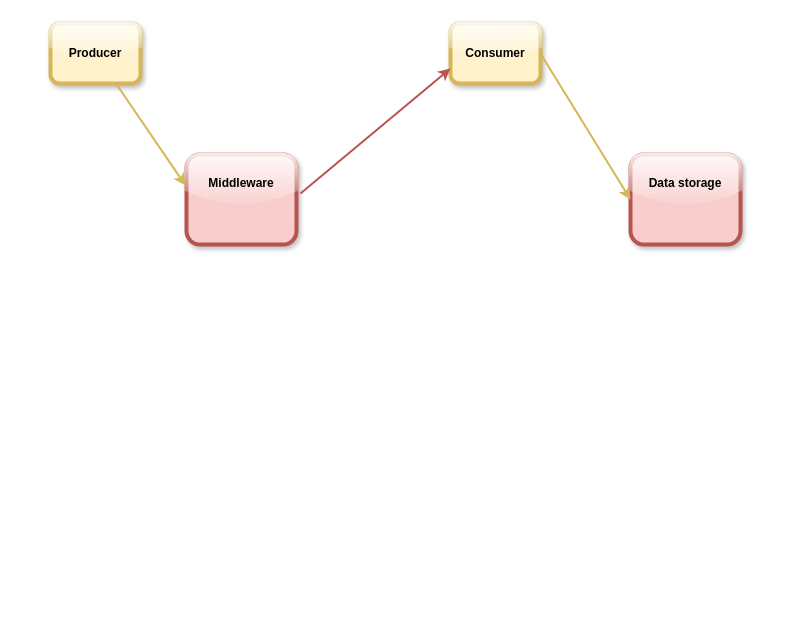
matteocesaro/Data-management-project keeps this draw.io diagram as Untitled Diagram.drawio. Above is the earlier version. Source tidied: cells renumbered, new cells numbered last; positions are measured from the earlier drawing's top-left corner, leaving out a move shared by most shapes. Both pictures are drawn from the tidied source at 100%, with x=0, y=0 at pixel (50, 23).
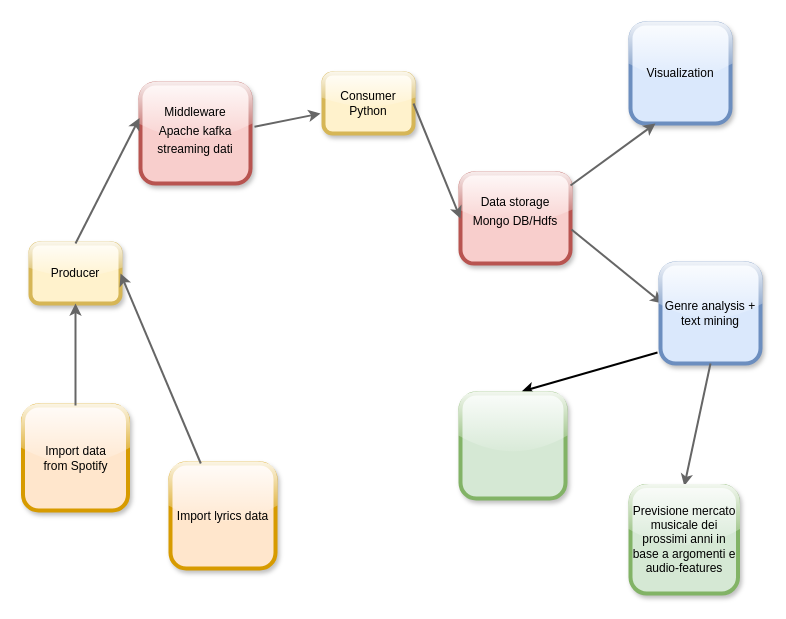
After the change.

Commit message:
Data-management Diagram.drawio

What changed in the source:
```diff
@@
-    <mxCell id="2" value="&lt;p style=&quot;margin: 4px 0px 0px; text-align: center;&quot;&gt;&lt;br&gt;&lt;/p&gt;&lt;p style=&quot;margin: 4px 0px 0px; text-align: center;&quot;&gt;Middleware&lt;/p&gt;" style="verticalAlign=middle;align=center;overflow=fill;fontSize=12;fontFamily=Helvetica;html=1;rounded=1;fontStyle=1;strokeWidth=4;fillColor=#f8cecc;strokeColor=#b85450;shadow=1;glass=1;" parent="1" vertex="1">
-      <mxGeometry x="136" y="131" width="110" height="90" as="geometry" />
+    <mxCell id="2" value="&lt;p style=&quot;margin: 4px 0px 0px&quot;&gt;&lt;br&gt;&lt;/p&gt;&lt;p style=&quot;margin: 4px 0px 0px&quot;&gt;Middleware&lt;br&gt;&lt;/p&gt;&lt;p style=&quot;margin: 4px 0px 0px&quot;&gt;Apache kafka&lt;/p&gt;&lt;p style=&quot;margin: 4px 0px 0px&quot;&gt;streaming dati&lt;/p&gt;" style="verticalAlign=middle;align=center;overflow=fill;fontSize=12;fontFamily=Helvetica;html=1;rounded=1;fontStyle=0;strokeWidth=4;fillColor=#f8cecc;strokeColor=#b85450;shadow=1;glass=1;" parent="1" vertex="1">
+      <mxGeometry x="90" y="60" width="110" height="100" as="geometry" />
     </mxCell>
-    <mxCell id="3" value="Consumer" style="whiteSpace=wrap;align=center;verticalAlign=middle;fontStyle=1;strokeWidth=4;fillColor=#fff2cc;rounded=1;strokeColor=#d6b656;glass=1;shadow=1;" parent="1" vertex="1">
-      <mxGeometry x="400" width="90" height="60" as="geometry" />
+    <mxCell id="3" value="Consumer&#10;Python" style="whiteSpace=wrap;align=center;verticalAlign=middle;fontStyle=0;strokeWidth=4;fillColor=#fff2cc;rounded=1;strokeColor=#d6b656;glass=1;shadow=1;" parent="1" vertex="1">
+      <mxGeometry x="273" y="50" width="90" height="60" as="geometry" />
     </mxCell>
-    <mxCell id="4" value="Producer" style="whiteSpace=wrap;align=center;verticalAlign=middle;fontStyle=1;strokeWidth=4;fillColor=#fff2cc;rounded=1;strokeColor=#d6b656;glass=1;shadow=1;" parent="1" vertex="1">
-      <mxGeometry width="90" height="60" as="geometry" />
+    <mxCell id="4" value="Producer" style="whiteSpace=wrap;align=center;verticalAlign=middle;fontStyle=0;strokeWidth=4;fillColor=#fff2cc;rounded=1;strokeColor=#d6b656;glass=1;shadow=1;" parent="1" vertex="1">
+      <mxGeometry x="-20" y="220" width="90" height="60" as="geometry" />
     </mxCell>
-    <mxCell id="5" value="&lt;p style=&quot;margin: 4px 0px 0px; text-align: center;&quot;&gt;&lt;br&gt;&lt;/p&gt;&lt;p style=&quot;margin: 4px 0px 0px; text-align: center;&quot;&gt;Data storage&lt;/p&gt;" style="verticalAlign=middle;align=center;overflow=fill;fontSize=12;fontFamily=Helvetica;html=1;rounded=1;fontStyle=1;strokeWidth=4;fillColor=#f8cecc;strokeColor=#b85450;perimeterSpacing=0;shadow=1;glass=1;sketch=0;" parent="1" vertex="1">
-      <mxGeometry x="580" y="131" width="110" height="90" as="geometry" />
+    <mxCell id="5" value="&lt;p style=&quot;margin: 4px 0px 0px ; text-align: center&quot;&gt;&lt;br&gt;&lt;/p&gt;&lt;p style=&quot;margin: 4px 0px 0px ; text-align: center&quot;&gt;Data storage&lt;/p&gt;&lt;p style=&quot;margin: 4px 0px 0px ; text-align: center&quot;&gt;Mongo DB/Hdfs&lt;/p&gt;" style="verticalAlign=middle;align=center;overflow=fill;fontSize=12;fontFamily=Helvetica;html=1;rounded=1;fontStyle=0;strokeWidth=4;fillColor=#f8cecc;strokeColor=#b85450;perimeterSpacing=0;shadow=1;glass=1;sketch=0;" parent="1" vertex="1">
+      <mxGeometry x="410" y="150" width="110" height="90" as="geometry" />
     </mxCell>
-    <mxCell id="6" style="edgeStyle=none;noEdgeStyle=1;strokeColor=#b85450;strokeWidth=2;exitX=1.036;exitY=0.433;exitDx=0;exitDy=0;exitPerimeter=0;entryX=0;entryY=0.75;entryDx=0;entryDy=0;fillColor=#f8cecc;" parent="1" edge="1" source="2" target="3">
-      <mxGeometry relative="1" as="geometry" />
+    <mxCell id="6" style="edgeStyle=none;noEdgeStyle=1;strokeColor=#666666;strokeWidth=2;exitX=1.036;exitY=0.433;exitDx=0;exitDy=0;exitPerimeter=0;fillColor=#f5f5f5;" parent="1" edge="1" source="2">
+      <mxGeometry relative="1" as="geometry">
+        <mxPoint x="270" y="90" as="targetPoint" />
+      </mxGeometry>
     </mxCell>
-    <mxCell id="7" style="edgeStyle=none;noEdgeStyle=1;strokeColor=#d6b656;strokeWidth=2;fillColor=#fff2cc;entryX=-0.009;entryY=0.344;entryDx=0;entryDy=0;entryPerimeter=0;" parent="1" edge="1" source="4" target="2">
+    <mxCell id="7" style="edgeStyle=none;noEdgeStyle=1;strokeColor=#666666;strokeWidth=2;fillColor=#f5f5f5;entryX=-0.009;entryY=0.344;entryDx=0;entryDy=0;entryPerimeter=0;exitX=0.5;exitY=0;exitDx=0;exitDy=0;" parent="1" edge="1" source="4" target="2">
       <mxGeometry relative="1" as="geometry" />
     </mxCell>
-    <mxCell id="8" style="endArrow=classic;html=1;fillColor=#fff2cc;strokeColor=#d6b656;strokeWidth=2;entryX=0;entryY=0.5;entryDx=0;entryDy=0;exitX=1;exitY=0.5;exitDx=0;exitDy=0;" parent="1" edge="1" source="3" target="5">
+    <mxCell id="8" style="endArrow=classic;html=1;fillColor=#f5f5f5;strokeColor=#666666;strokeWidth=2;entryX=0;entryY=0.5;entryDx=0;entryDy=0;exitX=1;exitY=0.5;exitDx=0;exitDy=0;" parent="1" edge="1" source="3" target="5">
       <mxGeometry relative="1" as="geometry" />
     </mxCell>
+    <mxCell id="9" style="endArrow=classic;html=1;strokeWidth=2;exitX=1.009;exitY=0.622;exitDx=0;exitDy=0;exitPerimeter=0;fillColor=#f5f5f5;strokeColor=#666666;entryX=0.02;entryY=0.4;entryDx=0;entryDy=0;entryPerimeter=0;" parent="1" edge="1" source="5" target="10">
+      <mxGeometry relative="1" as="geometry" />
+    </mxCell>
+    <mxCell id="10" value="Genre analysis + text mining" style="whiteSpace=wrap;html=1;rounded=1;shadow=1;glass=1;sketch=0;strokeWidth=4;fillColor=#dae8fc;strokeColor=#6c8ebf;" parent="1" vertex="1">
+      <mxGeometry x="610" y="240" width="100" height="100" as="geometry" />
+    </mxCell>
+    <mxCell id="11" value="Visualization&lt;br&gt;" style="whiteSpace=wrap;html=1;rounded=1;shadow=1;glass=1;sketch=0;strokeWidth=4;fillColor=#dae8fc;strokeColor=#6c8ebf;" parent="1" vertex="1">
+      <mxGeometry x="580" width="100" height="100" as="geometry" />
+    </mxCell>
+    <mxCell id="12" style="endArrow=classic;html=1;strokeWidth=2;fillColor=#f5f5f5;strokeColor=#666666;entryX=0.25;entryY=1;entryDx=0;entryDy=0;exitX=1;exitY=0.133;exitDx=0;exitDy=0;exitPerimeter=0;" parent="1" edge="1" source="5" target="11">
+      <mxGeometry relative="1" as="geometry" />
+    </mxCell>
+    <mxCell id="13" value="Import data&lt;br&gt;from Spotify" style="whiteSpace=wrap;html=1;rounded=1;shadow=1;glass=1;sketch=0;strokeWidth=4;fillColor=#ffe6cc;strokeColor=#d79b00;" parent="1" vertex="1">
+      <mxGeometry x="-27.5" y="382" width="105" height="105" as="geometry" />
+    </mxCell>
+    <mxCell id="14" style="endArrow=classic;html=1;strokeWidth=2;fillColor=#f5f5f5;strokeColor=#666666;exitX=0.5;exitY=0;exitDx=0;exitDy=0;entryX=0.5;entryY=1;entryDx=0;entryDy=0;" parent="1" edge="1" source="13" target="4">
+      <mxGeometry relative="1" as="geometry" />
+    </mxCell>
+    <mxCell id="15" value="Import lyrics data" style="whiteSpace=wrap;html=1;rounded=1;shadow=1;glass=1;sketch=0;strokeWidth=4;fillColor=#ffe6cc;strokeColor=#d79b00;" parent="1" vertex="1">
+      <mxGeometry x="120" y="440" width="105" height="105" as="geometry" />
+    </mxCell>
+    <mxCell id="16" style="endArrow=classic;html=1;strokeWidth=2;entryX=1;entryY=0.5;entryDx=0;entryDy=0;fillColor=#f5f5f5;strokeColor=#666666;" parent="1" edge="1" source="15" target="4">
+      <mxGeometry relative="1" as="geometry" />
+    </mxCell>
+    <mxCell id="17" style="endArrow=classic;html=1;strokeWidth=2;exitX=0.5;exitY=1;exitDx=0;exitDy=0;fillColor=#f5f5f5;strokeColor=#666666;entryX=0.5;entryY=0;entryDx=0;entryDy=0;" parent="1" edge="1" source="10" target="18">
+      <mxGeometry relative="1" as="geometry" />
+    </mxCell>
+    <mxCell id="18" value="Previsione mercato musicale dei prossimi anni in base a argomenti e audio-features" style="whiteSpace=wrap;html=1;rounded=1;shadow=1;glass=1;sketch=0;strokeWidth=4;fillColor=#d5e8d4;strokeColor=#82b366;" parent="1" vertex="1">
+      <mxGeometry x="580" y="462.5" width="107.5" height="107.5" as="geometry" />
+    </mxCell>
+    <mxCell id="19" style="endArrow=classic;html=1;strokeWidth=2;exitX=-0.03;exitY=0.89;exitDx=0;exitDy=0;exitPerimeter=0;entryX=0.581;entryY=-0.019;entryDx=0;entryDy=0;entryPerimeter=0;" parent="1" edge="1" source="10" target="20">
+      <mxGeometry relative="1" as="geometry" />
+    </mxCell>
+    <mxCell id="20" style="whiteSpace=wrap;html=1;rounded=1;shadow=1;glass=1;sketch=0;strokeWidth=4;fillColor=#d5e8d4;strokeColor=#82b366;" parent="1" vertex="1">
+      <mxGeometry x="410" y="370" width="105" height="105" as="geometry" />
+    </mxCell>
```
